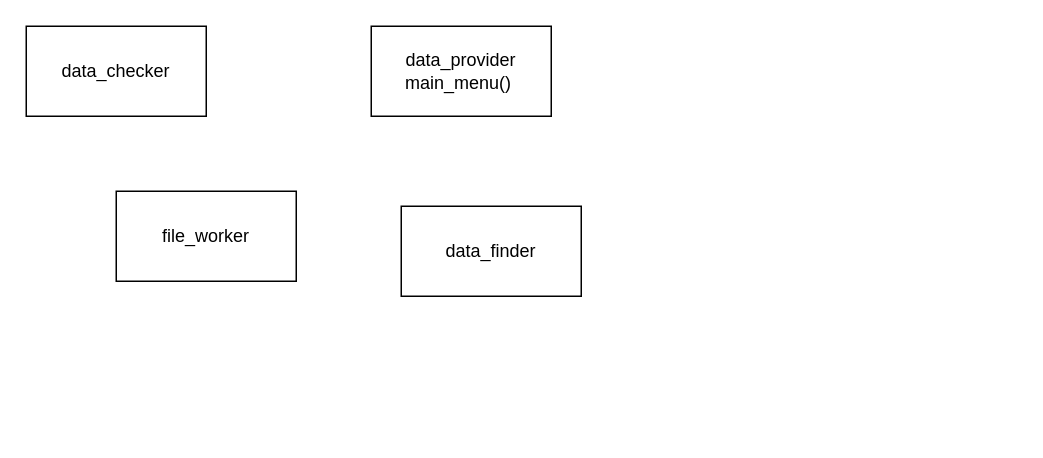
Above: plan_phonebook.drawio in GeekDimS/Phonebook (draw.io), before the change. Source tidied: cells renumbered, new cells numbered last; positions are measured from the earlier drawing's top-left corner, leaving out a move shared by most shapes. Both pictures are drawn from the tidied source at 150%, with x=0, y=0 at pixel (26, 26).
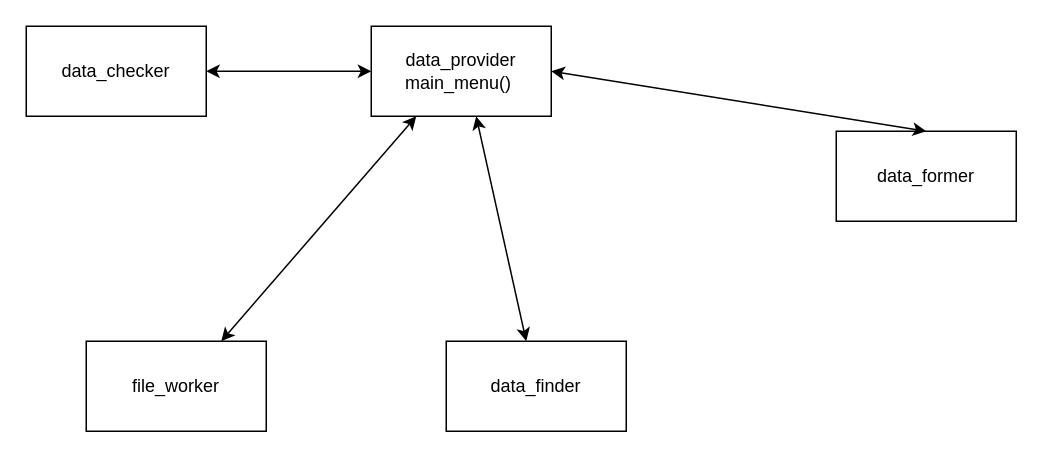
The same diagram, later.

Commit message:
Plan has been updated.

What changed in the source:
```diff
@@
 <mxGraphModel>
   <root>
     <mxCell id="0" />
     <mxCell id="1" parent="0" />
     <mxCell id="2" value="data_provider&lt;br&gt;main_menu()&amp;nbsp;" style="rounded=0;whiteSpace=wrap;html=1;" parent="1" vertex="1">
       <mxGeometry x="230" width="120" height="60" as="geometry" />
     </mxCell>
     <mxCell id="3" value="file_worker" style="rounded=0;whiteSpace=wrap;html=1;" parent="1" vertex="1">
-      <mxGeometry x="60" y="110" width="120" height="60" as="geometry" />
+      <mxGeometry x="40" y="210" width="120" height="60" as="geometry" />
     </mxCell>
     <mxCell id="4" value="data_finder" style="rounded=0;whiteSpace=wrap;html=1;" parent="1" vertex="1">
-      <mxGeometry x="250" y="120" width="120" height="60" as="geometry" />
+      <mxGeometry x="280" y="210" width="120" height="60" as="geometry" />
     </mxCell>
     <mxCell id="5" value="data_checker" style="rounded=0;whiteSpace=wrap;html=1;" parent="1" vertex="1">
       <mxGeometry width="120" height="60" as="geometry" />
     </mxCell>
+    <mxCell id="6" value="data_former" style="rounded=0;whiteSpace=wrap;html=1;" parent="1" vertex="1">
+      <mxGeometry x="540" y="70" width="120" height="60" as="geometry" />
+    </mxCell>
+    <mxCell id="7" style="endArrow=classic;startArrow=classic;html=1;entryX=0;entryY=0.5;entryDx=0;entryDy=0;exitX=1;exitY=0.5;exitDx=0;exitDy=0;" parent="1" edge="1" source="5" target="2">
+      <mxGeometry relative="1" as="geometry" />
+    </mxCell>
+    <mxCell id="8" style="endArrow=classic;startArrow=classic;html=1;entryX=0.25;entryY=1;entryDx=0;entryDy=0;exitX=0.75;exitY=0;exitDx=0;exitDy=0;" parent="1" edge="1" source="3" target="2">
+      <mxGeometry relative="1" as="geometry" />
+    </mxCell>
+    <mxCell id="9" style="endArrow=classic;startArrow=classic;html=1;entryX=0.583;entryY=1;entryDx=0;entryDy=0;entryPerimeter=0;" parent="1" edge="1" source="4" target="2">
+      <mxGeometry relative="1" as="geometry" />
+    </mxCell>
+    <mxCell id="10" style="endArrow=classic;startArrow=classic;html=1;entryX=1;entryY=0.5;entryDx=0;entryDy=0;exitX=0.5;exitY=0;exitDx=0;exitDy=0;" parent="1" edge="1" source="6" target="2">
+      <mxGeometry relative="1" as="geometry" />
+    </mxCell>
   </root>
 </mxGraphModel>
```
